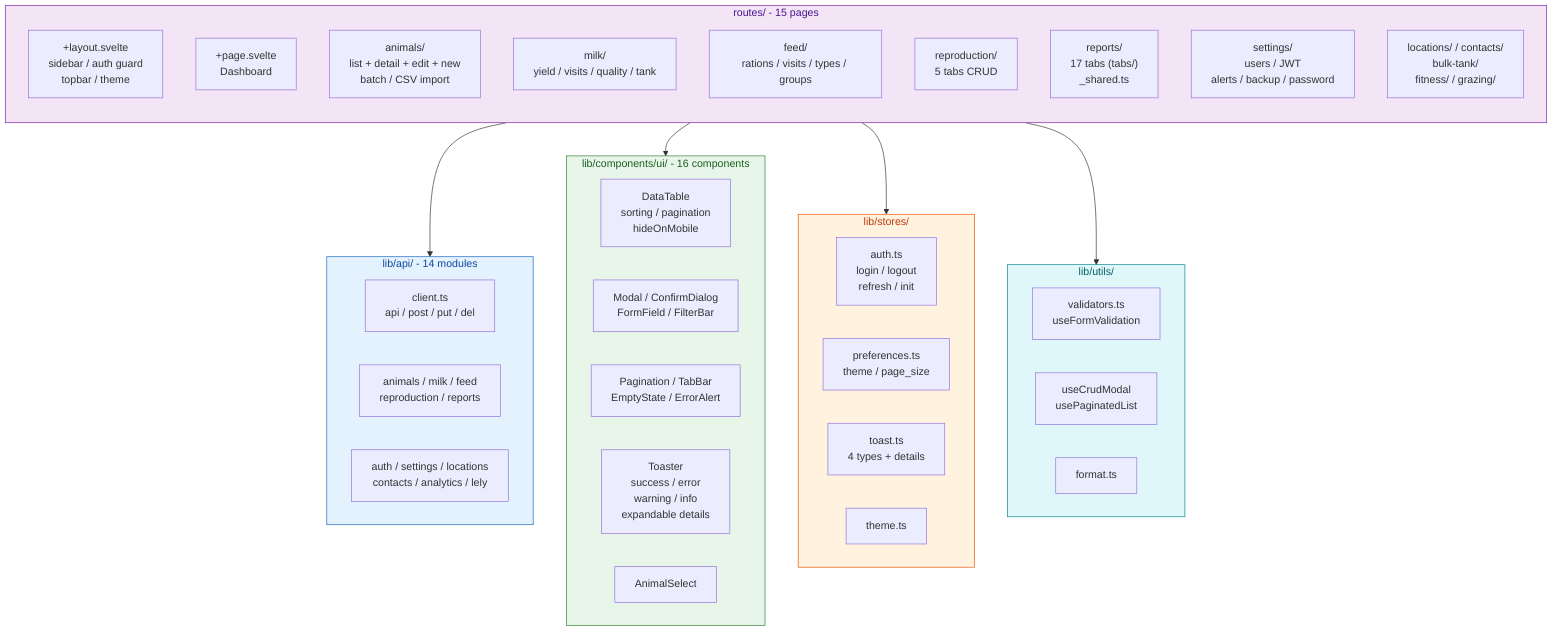
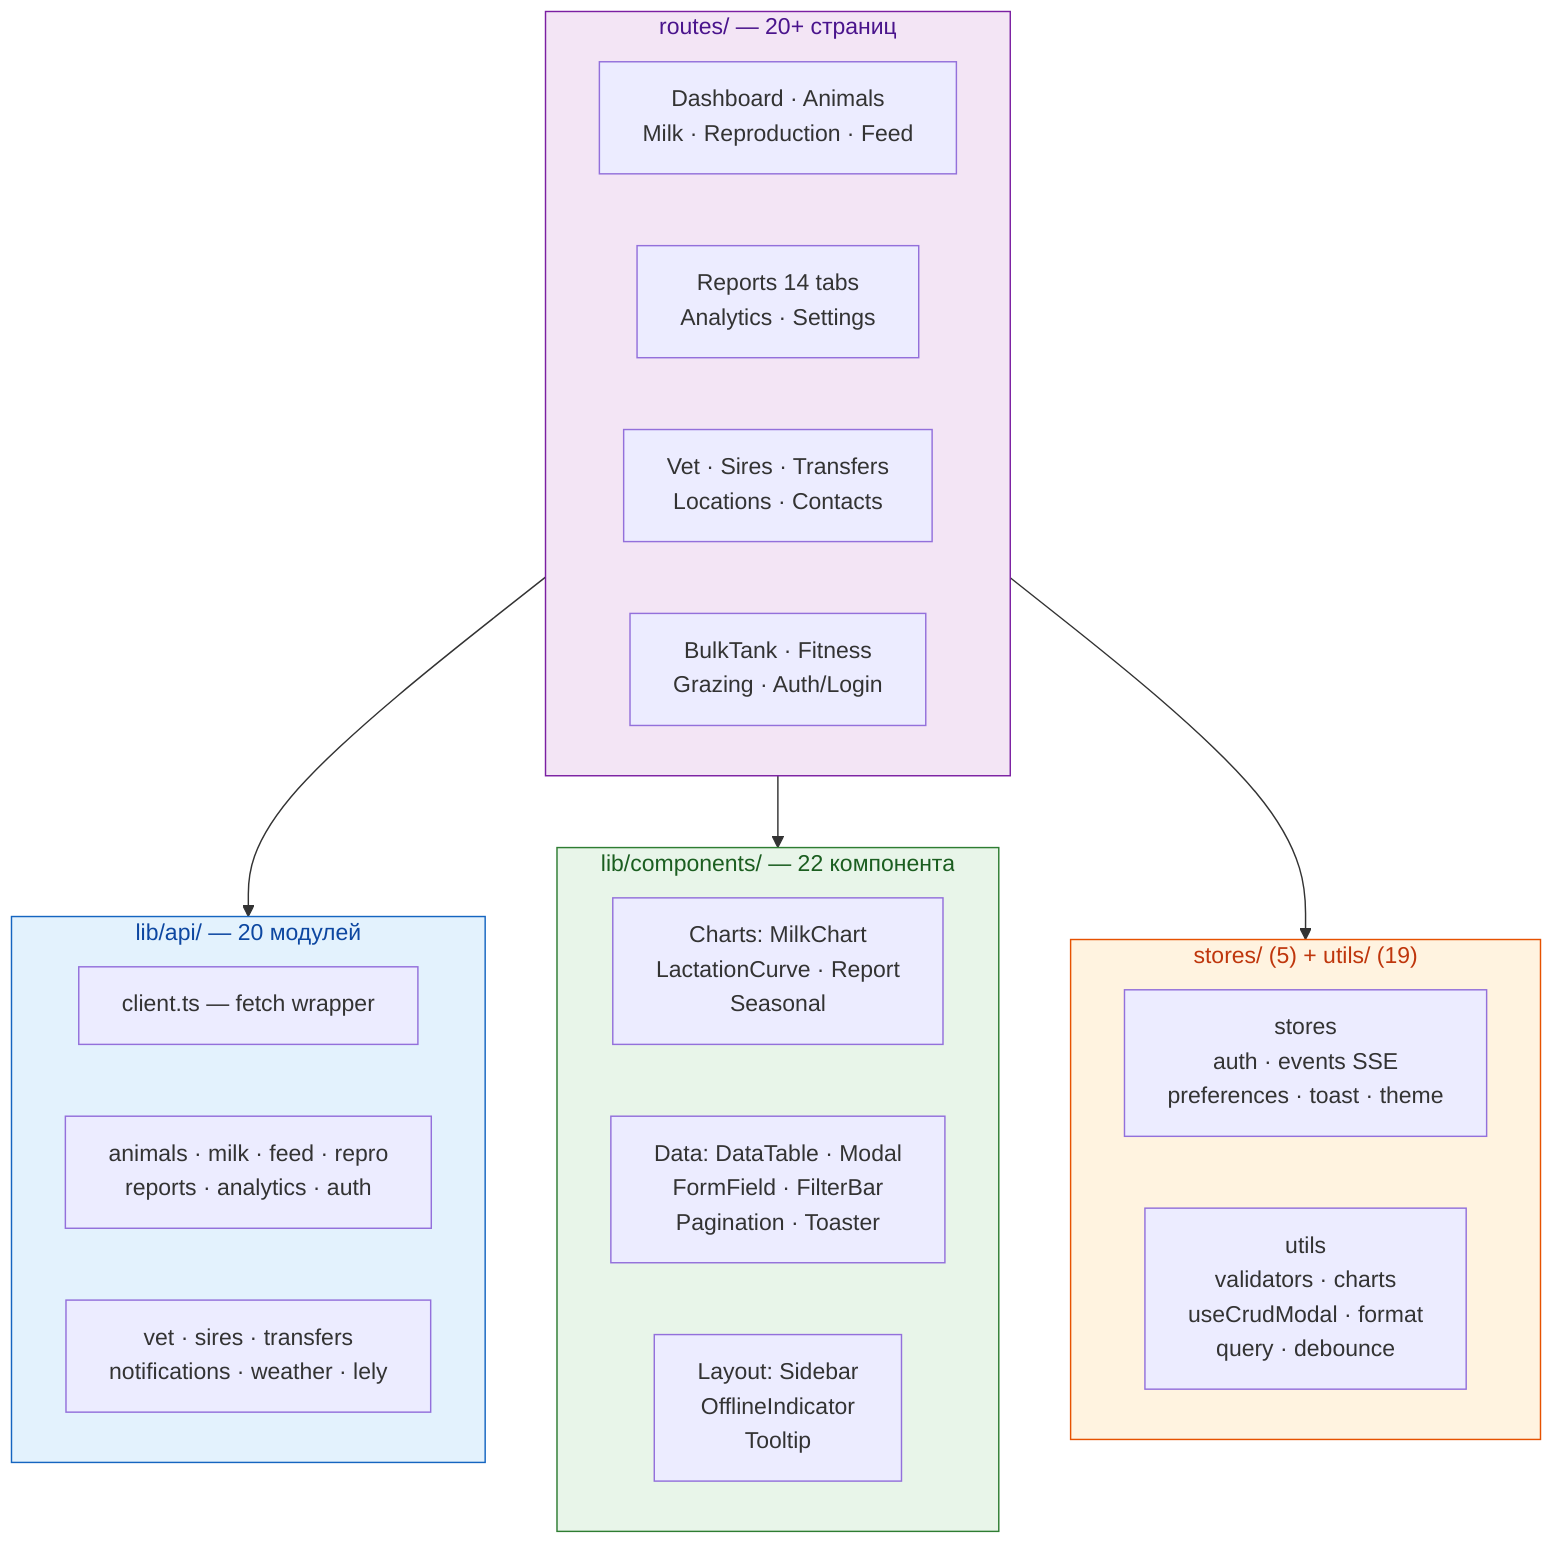
flowchart TB
-     subgraph Routes["routes/ - 15 pages"]
-         direction TB
-         R1["+layout.svelte\nsidebar / auth guard\ntopbar / theme"]
-         R2["+page.svelte\nDashboard"]
-         R3["animals/\nlist + detail + edit + new\nbatch / CSV import"]
-         R4["milk/\nyield / visits / quality / tank"]
-         R5["feed/\nrations / visits / types / groups"]
-         R6["reproduction/\n5 tabs CRUD"]
-         R7["reports/\n17 tabs (tabs/)\n_shared.ts"]
-         R8["settings/\nusers / JWT\nalerts / backup / password"]
-         R9["locations/ / contacts/\nbulk-tank/\nfitness/ / grazing/"]
+     subgraph Routes["routes/ — 20+ страниц"]
+         direction LR
+         R1["Dashboard · Animals\nMilk · Reproduction · Feed"]
+         R2["Reports 14 tabs\nAnalytics · Settings"]
+         R3["Vet · Sires · Transfers\nLocations · Contacts"]
+         R4["BulkTank · Fitness\nGrazing · Auth/Login"]
    end

-     subgraph API["lib/api/ - 14 modules"]
+     subgraph API["lib/api/ — 20 модулей"]
        direction LR
-         A1["client.ts\napi / post / put / del"]
-         A2["animals / milk / feed\nreproduction / reports"]
-         A3["auth / settings / locations\ncontacts / analytics / lely"]
+         A1["client.ts — fetch wrapper"]
+         A2["animals · milk · feed · repro\nreports · analytics · auth"]
+         A3["vet · sires · transfers\nnotifications · weather · lely"]
    end

-     subgraph UI["lib/components/ui/ - 16 components"]
+     subgraph UI["lib/components/ — 22 компонента"]
        direction LR
-         U1["DataTable\nsorting / pagination\nhideOnMobile"]
-         U2["Modal / ConfirmDialog\nFormField / FilterBar"]
-         U3["Pagination / TabBar\nEmptyState / ErrorAlert"]
-         U4["Toaster\nsuccess / error\nwarning / info\nexpandable details"]
-         U5["AnimalSelect"]
+         C1["Charts: MilkChart\nLactationCurve · Report\nSeasonal"]
+         C2["Data: DataTable · Modal\nFormField · FilterBar\nPagination · Toaster"]
+         C3["Layout: Sidebar\nOfflineIndicator\nTooltip"]
    end

-     subgraph Stores["lib/stores/"]
+     subgraph StoresUtils["stores/ (5) + utils/ (19)"]
        direction LR
-         ST1["auth.ts\nlogin / logout\nrefresh / init"]
-         ST2["preferences.ts\ntheme / page_size"]
-         ST3["toast.ts\n4 types + details"]
-         ST4["theme.ts"]
-     end
- 
-     subgraph Utils["lib/utils/"]
-         direction LR
-         UT1["validators.ts\nuseFormValidation"]
-         UT2["useCrudModal\nusePaginatedList"]
-         UT3["format.ts"]
+         ST["stores\nauth · events SSE\npreferences · toast · theme"]
+         UT["utils\nvalidators · charts\nuseCrudModal · format\nquery · debounce"]
    end

    Routes --> API
    Routes --> UI
-     Routes --> Stores
-     Routes --> Utils
+     Routes --> StoresUtils

    style Routes fill:#f3e5f5,stroke:#7b1fa2,color:#4a148c
    style API fill:#e3f2fd,stroke:#1565c0,color:#0d47a1
    style UI fill:#e8f5e9,stroke:#2e7d32,color:#1b5e20
-     style Stores fill:#fff3e0,stroke:#e65100,color:#bf360c
-     style Utils fill:#e0f7fa,stroke:#00838f,color:#006064+     style StoresUtils fill:#fff3e0,stroke:#e65100,color:#bf360c
